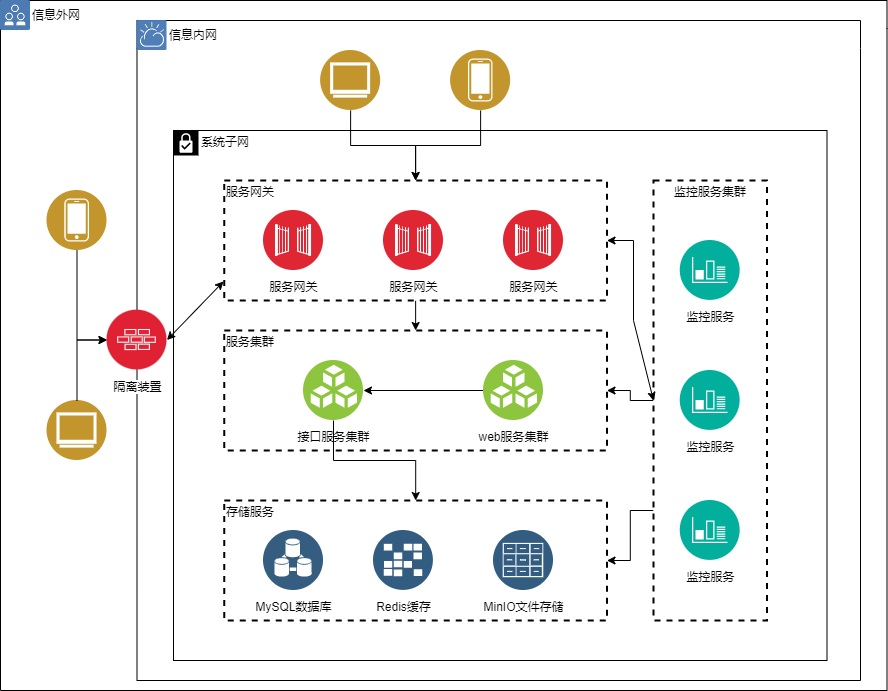
Above: 私有化部署.drawio.png in liolay/draw (draw.io), before the change. Source tidied: cells renumbered, new cells last; positions are measured from the earlier drawing's top-left corner, leaving out a move shared by most shapes.
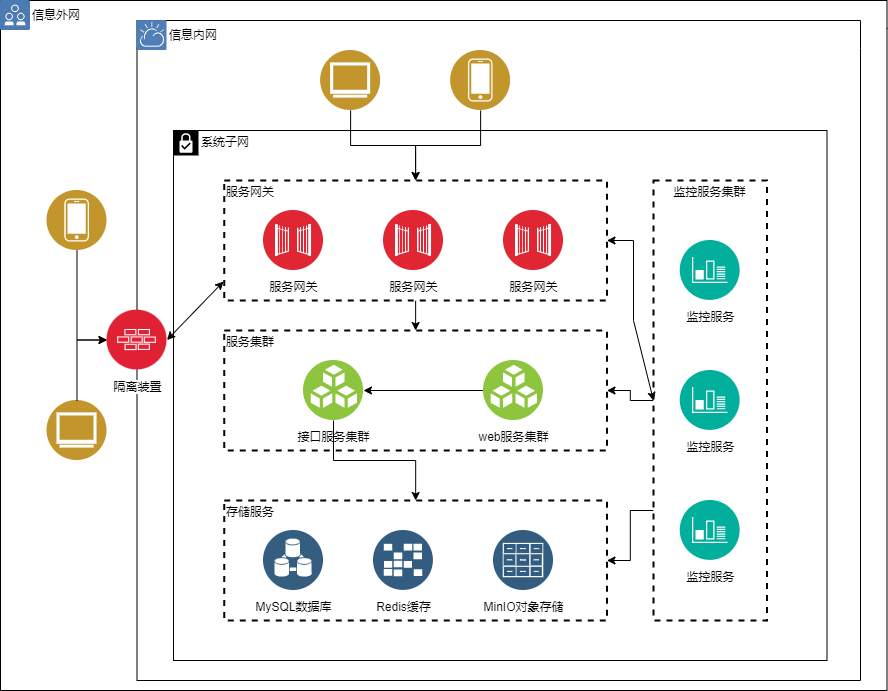
The same diagram one commit later.

Commit message:
更新私有化部署.drawio.png

The edit, as a diff of the source:
```diff
@@ -76,7 +76,7 @@
     <mxCell id="25" value="Redis缓存" style="perimeter=ellipsePerimeter;html=1;align=center;shadow=0;dashed=0;fontSize=12;spacingTop=3;image;image=img/lib/ibm/data/caches.svg;rounded=0;" parent="23" vertex="1">
       <mxGeometry x="149.2" y="30" width="60" height="60" as="geometry" />
     </mxCell>
-    <mxCell id="26" value="MinIO文件存储" style="perimeter=ellipsePerimeter;html=1;align=center;shadow=0;dashed=0;fontSize=12;spacingTop=3;image;image=img/lib/ibm/data/file_repository.svg;rounded=0;" parent="23" vertex="1">
+    <mxCell id="26" value="MinIO对象存储" style="perimeter=ellipsePerimeter;html=1;align=center;shadow=0;dashed=0;fontSize=12;spacingTop=3;image;image=img/lib/ibm/data/file_repository.svg;rounded=0;" parent="23" vertex="1">
       <mxGeometry x="269.3" y="30" width="60" height="60" as="geometry" />
     </mxCell>
     <mxCell id="27" style="edgeStyle=orthogonalEdgeStyle;rounded=0;jettySize=auto;html=1;exitX=0.5;exitY=1;exitDx=0;exitDy=0;" parent="4" edge="1" source="16" target="23">
```
